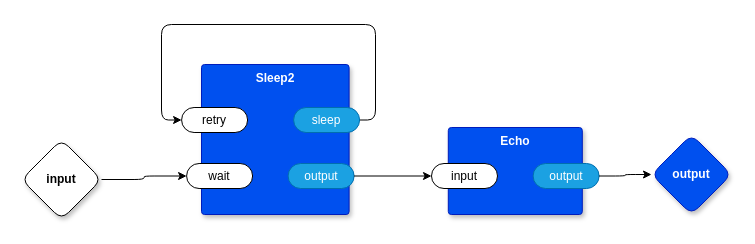
guitarvydas/odin0d keeps this draw.io diagram as page "w2" (3 of 5) of example.drawio. Above is the earlier version. Source tidied: cells renumbered, new cells numbered last; positions are measured from the earlier drawing's top-left corner, leaving out a move shared by most shapes. Both pictures are drawn from the tidied source at 100%, with x=0, y=0 at pixel (21, 24).
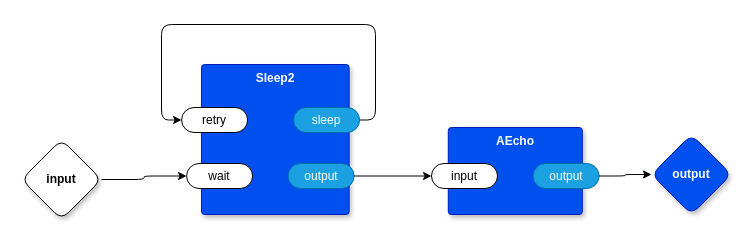
After the change.

The edit, as a diff of the source:
```diff
@@
 <mxGraphModel>
   <root>
     <mxCell id="0" />
     <mxCell id="1" parent="0" />
-    <mxCell id="2" value="Echo" style="rounded=1;whiteSpace=wrap;html=1;sketch=0;verticalAlign=top;arcSize=6;fontStyle=1;absoluteArcSize=1;shadow=1;strokeColor=#001DBC;fillColor=#0050ef;fontColor=#ffffff;" parent="1" vertex="1">
+    <mxCell id="2" value="AEcho" style="rounded=1;whiteSpace=wrap;html=1;sketch=0;verticalAlign=top;arcSize=6;fontStyle=1;absoluteArcSize=1;shadow=1;strokeColor=#001DBC;fillColor=#0050ef;fontColor=#ffffff;" parent="1" vertex="1">
       <mxGeometry x="426.8" y="103" width="134" height="87" as="geometry" />
     </mxCell>
     <mxCell id="3" value="input" style="rounded=1;whiteSpace=wrap;html=1;sketch=0;points=[[0,0.5,0,0,0],[1,0.5,0,0,0]];arcSize=50;" parent="2" vertex="1">
       <mxGeometry x="-16.8" y="36" width="66" height="25" as="geometry" />
     </mxCell>
     <mxCell id="4" value="output" style="rounded=1;whiteSpace=wrap;html=1;sketch=0;points=[[0,0.5,0,0,0],[1,0.5,0,0,0]];fillColor=#1ba1e2;fontColor=#ffffff;strokeColor=#006EAF;arcSize=50;" parent="2" vertex="1">
       <mxGeometry x="84.8" y="36" width="66" height="25" as="geometry" />
     </mxCell>
     <mxCell id="5" style="edgeStyle=orthogonalEdgeStyle;rounded=1;jettySize=auto;html=1;" parent="1" edge="1" source="6" target="10">
       <mxGeometry relative="1" as="geometry" />
     </mxCell>
     <mxCell id="6" value="input" style="rhombus;whiteSpace=wrap;html=1;rounded=1;fontStyle=1;glass=0;sketch=0;fontSize=12;points=[[0,0.5,0,0,0],[0.5,0,0,0,0],[0.5,1,0,0,0],[1,0.5,0,0,0]];shadow=1;" parent="1" vertex="1">
       <mxGeometry y="115" width="80" height="80" as="geometry" />
     </mxCell>
     <mxCell id="7" value="output" style="rhombus;whiteSpace=wrap;html=1;rounded=1;fillColor=#0050ef;fontColor=#ffffff;strokeColor=#001DBC;fontStyle=1;glass=0;sketch=0;fontSize=12;points=[[0,0.5,0,0,0],[0.5,0,0,0,0],[0.5,1,0,0,0],[1,0.5,0,0,0]];shadow=1;" parent="1" vertex="1">
       <mxGeometry x="630" y="110" width="80" height="80" as="geometry" />
     </mxCell>
     <mxCell id="8" style="edgeStyle=orthogonalEdgeStyle;rounded=1;jettySize=auto;html=1;exitX=1;exitY=0.5;exitDx=0;exitDy=0;exitPerimeter=0;" parent="1" edge="1" source="4" target="7">
       <mxGeometry relative="1" as="geometry" />
     </mxCell>
     <mxCell id="9" value="Sleep2" style="rounded=1;whiteSpace=wrap;html=1;sketch=0;verticalAlign=top;arcSize=6;fontStyle=1;absoluteArcSize=1;shadow=1;strokeColor=#001DBC;fillColor=#0050ef;fontColor=#ffffff;" parent="1" vertex="1">
       <mxGeometry x="180" y="40" width="147.6" height="150" as="geometry" />
     </mxCell>
     <mxCell id="10" value="wait" style="rounded=1;whiteSpace=wrap;html=1;sketch=0;points=[[0,0.5,0,0,0],[1,0.5,0,0,0]];arcSize=50;" parent="9" vertex="1">
       <mxGeometry x="-14.9" y="99" width="66" height="25" as="geometry" />
     </mxCell>
     <mxCell id="11" value="output" style="rounded=1;whiteSpace=wrap;html=1;sketch=0;points=[[0,0.5,0,0,0],[1,0.5,0,0,0]];fillColor=#1ba1e2;fontColor=#ffffff;strokeColor=#006EAF;arcSize=50;" parent="9" vertex="1">
       <mxGeometry x="86.6" y="99" width="66" height="25" as="geometry" />
     </mxCell>
     <mxCell id="12" value="retry" style="rounded=1;whiteSpace=wrap;html=1;sketch=0;points=[[0,0.5,0,0,0],[1,0.5,0,0,0]];arcSize=50;" parent="9" vertex="1">
       <mxGeometry x="-19.9" y="43" width="66" height="25" as="geometry" />
     </mxCell>
     <mxCell id="13" style="edgeStyle=orthogonalEdgeStyle;rounded=1;jettySize=auto;html=1;entryX=0;entryY=0.5;entryDx=0;entryDy=0;entryPerimeter=0;" parent="9" edge="1" source="14" target="12">
       <mxGeometry relative="1" as="geometry">
         <Array as="points">
           <mxPoint x="174" y="56" />
           <mxPoint x="174" y="-40" />
           <mxPoint x="-40" y="-40" />
           <mxPoint x="-40" y="56" />
         </Array>
       </mxGeometry>
     </mxCell>
     <mxCell id="14" value="sleep" style="rounded=1;whiteSpace=wrap;html=1;sketch=0;points=[[0,0.5,0,0,0],[1,0.5,0,0,0]];fillColor=#1ba1e2;fontColor=#ffffff;strokeColor=#006EAF;arcSize=50;" parent="9" vertex="1">
       <mxGeometry x="92.1" y="43" width="66" height="25" as="geometry" />
     </mxCell>
     <mxCell id="15" style="edgeStyle=orthogonalEdgeStyle;rounded=1;jettySize=auto;html=1;exitX=1;exitY=0.5;exitDx=0;exitDy=0;exitPerimeter=0;" parent="1" edge="1" source="11" target="3">
       <mxGeometry relative="1" as="geometry" />
     </mxCell>
   </root>
 </mxGraphModel>
```
